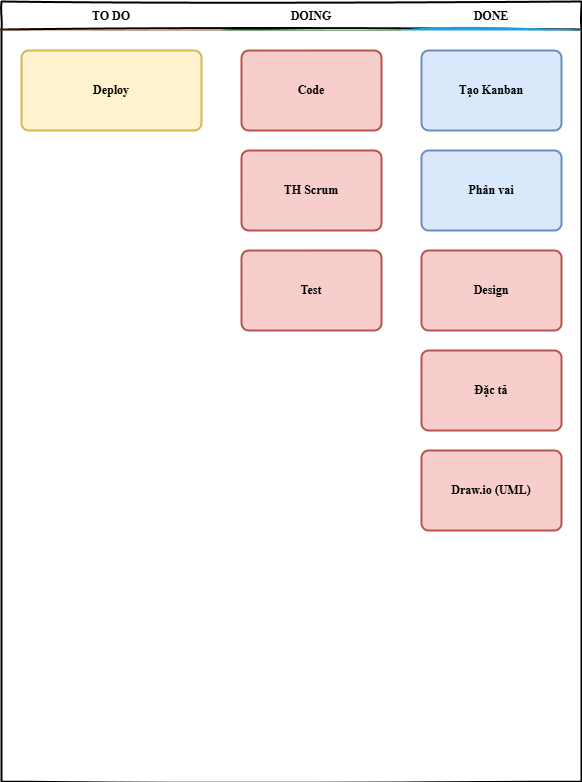
This is kanban.drawio.png from nammmm156/projects, a draw.io export, as it was before one commit. Source tidied: cells renumbered, new cells last; positions are measured from the earlier drawing's top-left corner, leaving out a move shared by most shapes. The source it was exported from:
```xml
<mxGraphModel>
  <root>
    <mxCell id="0" />
    <mxCell id="1" parent="0" />
    <mxCell id="2" style="swimlane;fontStyle=2;horizontal=1;startSize=28;swimlaneFillColor=none;fontFamily=Permanent Marker;fontSize=16;verticalAlign=top;stackBorder=0;strokeWidth=2;sketch=1;disableMultiStroke=1;" parent="1" vertex="1">
      <mxGeometry width="580" height="780" as="geometry" />
    </mxCell>
    <mxCell id="3" value="TO DO" style="swimlane;strokeWidth=2;fontFamily=Permanent Marker;html=0;startSize=1;verticalAlign=bottom;spacingBottom=5;stackBorder=20;sketch=1;strokeColor=none;fillStyle=solid;fillColor=#A0522D;" parent="2" vertex="1">
      <mxGeometry y="28" width="220" height="752" as="geometry" />
    </mxCell>
    <object id="4" label="Deploy" placeholders="1">
      <mxCell style="whiteSpace=wrap;html=1;strokeWidth=2;fillColor=#fff2cc;fontStyle=1;spacingTop=0;rounded=1;arcSize=9;fontFamily=Permanent Marker;hachureGap=8;fillWeight=1;strokeColor=#d6b656;" parent="3" vertex="1">
        <mxGeometry x="20" y="21" width="180" height="80" as="geometry" />
      </mxCell>
    </object>
    <mxCell id="5" value="DOING" style="swimlane;strokeWidth=2;fontFamily=Permanent Marker;html=0;startSize=1;verticalAlign=bottom;spacingBottom=5;stackBorder=20;sketch=1;strokeColor=none;fillStyle=solid;fillColor=#006600;" parent="2" vertex="1">
      <mxGeometry x="220" y="28" width="180" height="752" as="geometry" />
    </mxCell>
    <object id="6" label="Code" placeholders="1">
      <mxCell style="whiteSpace=wrap;html=1;strokeWidth=2;fillColor=#f8cecc;fontStyle=1;spacingTop=0;rounded=1;arcSize=9;fontFamily=Permanent Marker;hachureGap=8;fillWeight=1;strokeColor=#b85450;" parent="5" vertex="1">
        <mxGeometry x="20" y="21" width="140" height="80" as="geometry" />
      </mxCell>
    </object>
    <object id="7" label="TH Scrum" placeholders="1">
      <mxCell style="whiteSpace=wrap;html=1;strokeWidth=2;fillColor=#f8cecc;fontStyle=1;spacingTop=0;rounded=1;arcSize=9;fontFamily=Permanent Marker;hachureGap=8;fillWeight=1;strokeColor=#b85450;" parent="5" vertex="1">
        <mxGeometry x="20" y="121" width="140" height="80" as="geometry" />
      </mxCell>
    </object>
    <object id="8" label="Test" placeholders="1">
      <mxCell style="whiteSpace=wrap;html=1;strokeWidth=2;fillColor=#f8cecc;fontStyle=1;spacingTop=0;rounded=1;arcSize=9;fontFamily=Permanent Marker;hachureGap=8;fillWeight=1;strokeColor=#b85450;" parent="5" vertex="1">
        <mxGeometry x="20" y="221" width="140" height="80" as="geometry" />
      </mxCell>
    </object>
    <mxCell id="9" value="DONE" style="swimlane;strokeWidth=2;fontFamily=Permanent Marker;html=0;startSize=1;verticalAlign=bottom;spacingBottom=5;stackBorder=20;sketch=1;strokeColor=none;fillStyle=solid;fillColor=#1BA1E2;" parent="2" vertex="1">
      <mxGeometry x="400" y="28" width="180" height="752" as="geometry" />
    </mxCell>
    <object id="10" label="Tạo Kanban" placeholders="1">
      <mxCell style="whiteSpace=wrap;html=1;strokeWidth=2;fillColor=#dae8fc;fontStyle=1;spacingTop=0;rounded=1;arcSize=9;fontFamily=Permanent Marker;hachureGap=8;fillWeight=1;strokeColor=#6c8ebf;shadow=0;" parent="9" vertex="1">
        <mxGeometry x="20" y="21" width="140" height="80" as="geometry" />
      </mxCell>
    </object>
    <object id="11" label="Phân vai" placeholders="1">
      <mxCell style="whiteSpace=wrap;html=1;strokeWidth=2;fillColor=#dae8fc;fontStyle=1;spacingTop=0;rounded=1;arcSize=9;fontFamily=Permanent Marker;hachureGap=8;fillWeight=1;strokeColor=#6c8ebf;" parent="9" vertex="1">
        <mxGeometry x="20" y="121" width="140" height="80" as="geometry" />
      </mxCell>
    </object>
    <object id="12" label="Design" placeholders="1">
      <mxCell style="whiteSpace=wrap;html=1;strokeWidth=2;fillColor=#f8cecc;fontStyle=1;spacingTop=0;rounded=1;arcSize=9;fontFamily=Permanent Marker;hachureGap=8;fillWeight=1;strokeColor=#b85450;" parent="9" vertex="1">
        <mxGeometry x="20" y="221" width="140" height="80" as="geometry" />
      </mxCell>
    </object>
    <object id="13" label="Đặc tả" placeholders="1">
      <mxCell style="whiteSpace=wrap;html=1;strokeWidth=2;fillColor=#f8cecc;fontStyle=1;spacingTop=0;rounded=1;arcSize=9;fontFamily=Permanent Marker;hachureGap=8;fillWeight=1;strokeColor=#b85450;" parent="9" vertex="1">
        <mxGeometry x="20" y="321" width="140" height="80" as="geometry" />
      </mxCell>
    </object>
    <object id="14" label="Draw.io (UML)" placeholders="1">
      <mxCell style="whiteSpace=wrap;html=1;strokeWidth=2;fillColor=#f8cecc;fontStyle=1;spacingTop=0;rounded=1;arcSize=9;fontFamily=Permanent Marker;hachureGap=8;fillWeight=1;strokeColor=#b85450;" parent="9" vertex="1">
        <mxGeometry x="20" y="421" width="140" height="80" as="geometry" />
      </mxCell>
    </object>
  </root>
</mxGraphModel>
```
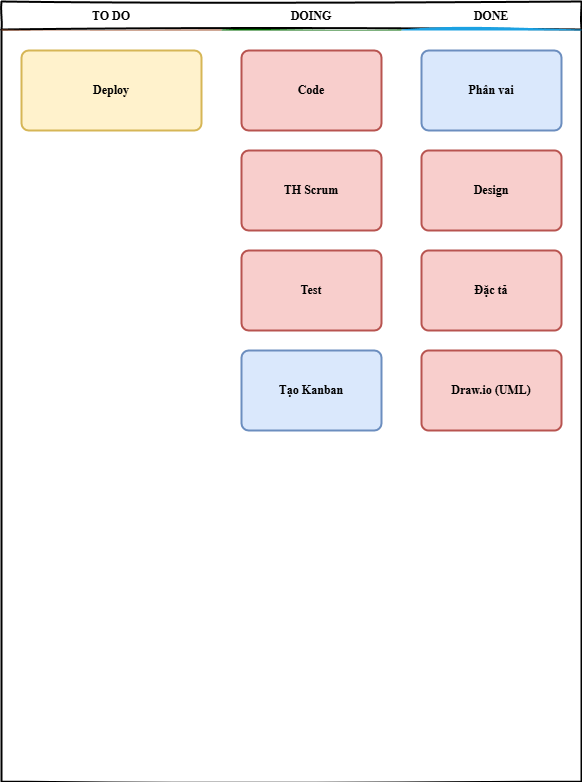
Above is the later version.

What changed in the source:
```diff
@@ -31,32 +31,32 @@
         <mxGeometry x="20" y="221" width="140" height="80" as="geometry" />
       </mxCell>
     </object>
+    <object id="10" label="Tạo Kanban" placeholders="1">
+      <mxCell style="whiteSpace=wrap;html=1;strokeWidth=2;fillColor=#dae8fc;fontStyle=1;spacingTop=0;rounded=1;arcSize=9;fontFamily=Permanent Marker;hachureGap=8;fillWeight=1;strokeColor=#6c8ebf;shadow=0;" parent="5" vertex="1">
+        <mxGeometry x="20" y="321" width="140" height="80" as="geometry" />
+      </mxCell>
+    </object>
     <mxCell id="9" value="DONE" style="swimlane;strokeWidth=2;fontFamily=Permanent Marker;html=0;startSize=1;verticalAlign=bottom;spacingBottom=5;stackBorder=20;sketch=1;strokeColor=none;fillStyle=solid;fillColor=#1BA1E2;" parent="2" vertex="1">
       <mxGeometry x="400" y="28" width="180" height="752" as="geometry" />
     </mxCell>
-    <object id="10" label="Tạo Kanban" placeholders="1">
-      <mxCell style="whiteSpace=wrap;html=1;strokeWidth=2;fillColor=#dae8fc;fontStyle=1;spacingTop=0;rounded=1;arcSize=9;fontFamily=Permanent Marker;hachureGap=8;fillWeight=1;strokeColor=#6c8ebf;shadow=0;" parent="9" vertex="1">
-        <mxGeometry x="20" y="21" width="140" height="80" as="geometry" />
-      </mxCell>
-    </object>
     <object id="11" label="Phân vai" placeholders="1">
       <mxCell style="whiteSpace=wrap;html=1;strokeWidth=2;fillColor=#dae8fc;fontStyle=1;spacingTop=0;rounded=1;arcSize=9;fontFamily=Permanent Marker;hachureGap=8;fillWeight=1;strokeColor=#6c8ebf;" parent="9" vertex="1">
-        <mxGeometry x="20" y="121" width="140" height="80" as="geometry" />
+        <mxGeometry x="20" y="21" width="140" height="80" as="geometry" />
       </mxCell>
     </object>
     <object id="12" label="Design" placeholders="1">
       <mxCell style="whiteSpace=wrap;html=1;strokeWidth=2;fillColor=#f8cecc;fontStyle=1;spacingTop=0;rounded=1;arcSize=9;fontFamily=Permanent Marker;hachureGap=8;fillWeight=1;strokeColor=#b85450;" parent="9" vertex="1">
-        <mxGeometry x="20" y="221" width="140" height="80" as="geometry" />
+        <mxGeometry x="20" y="121" width="140" height="80" as="geometry" />
       </mxCell>
     </object>
     <object id="13" label="Đặc tả" placeholders="1">
       <mxCell style="whiteSpace=wrap;html=1;strokeWidth=2;fillColor=#f8cecc;fontStyle=1;spacingTop=0;rounded=1;arcSize=9;fontFamily=Permanent Marker;hachureGap=8;fillWeight=1;strokeColor=#b85450;" parent="9" vertex="1">
-        <mxGeometry x="20" y="321" width="140" height="80" as="geometry" />
+        <mxGeometry x="20" y="221" width="140" height="80" as="geometry" />
       </mxCell>
     </object>
     <object id="14" label="Draw.io (UML)" placeholders="1">
       <mxCell style="whiteSpace=wrap;html=1;strokeWidth=2;fillColor=#f8cecc;fontStyle=1;spacingTop=0;rounded=1;arcSize=9;fontFamily=Permanent Marker;hachureGap=8;fillWeight=1;strokeColor=#b85450;" parent="9" vertex="1">
-        <mxGeometry x="20" y="421" width="140" height="80" as="geometry" />
+        <mxGeometry x="20" y="321" width="140" height="80" as="geometry" />
       </mxCell>
     </object>
   </root>
```
